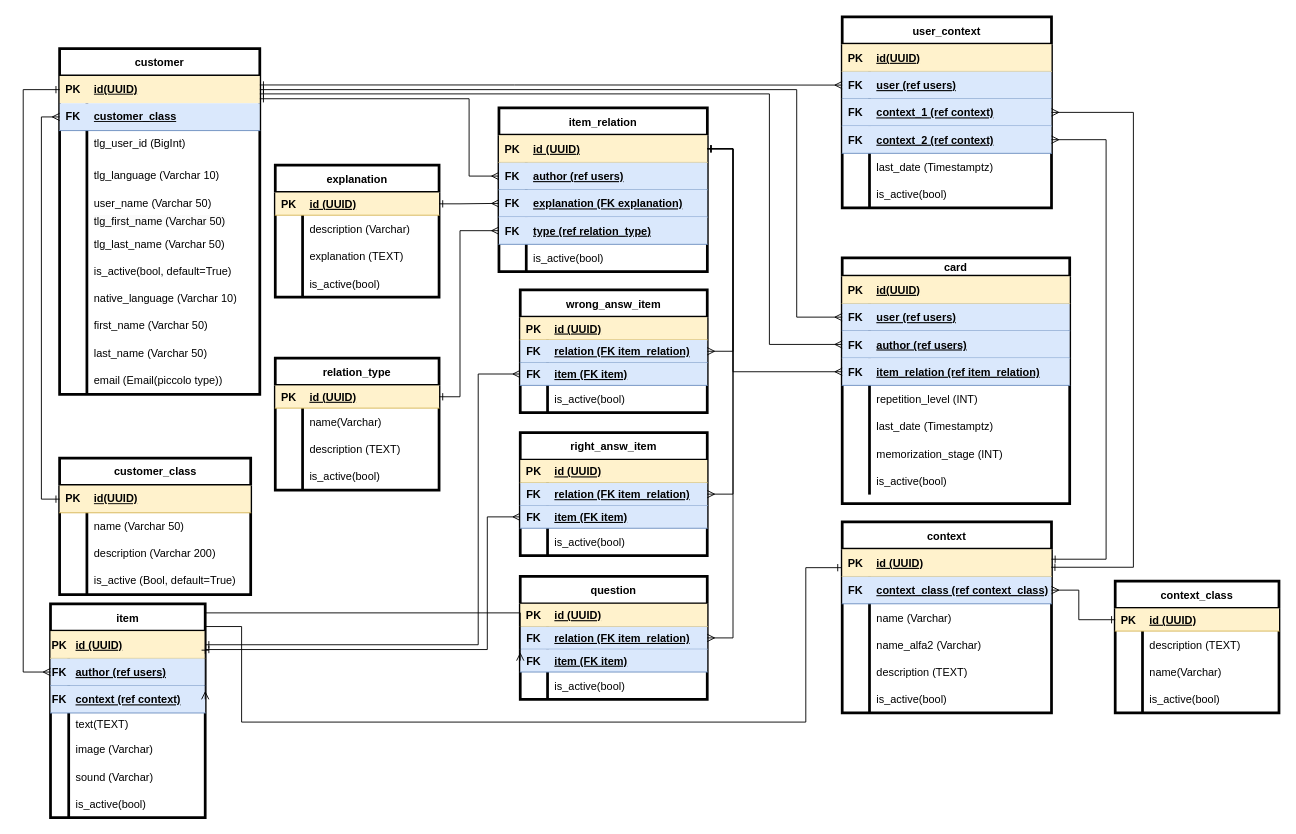
This is doc/db_structure.drawio from essayNEXT/REPETITOR, a draw.io file, before an edit. Source tidied: cells renumbered, new cells numbered last; positions are measured from the earlier drawing's top-left corner, leaving out a move shared by most shapes. Both pictures are drawn from the tidied source at 91%, with x=0, y=0 at pixel (23, 16).
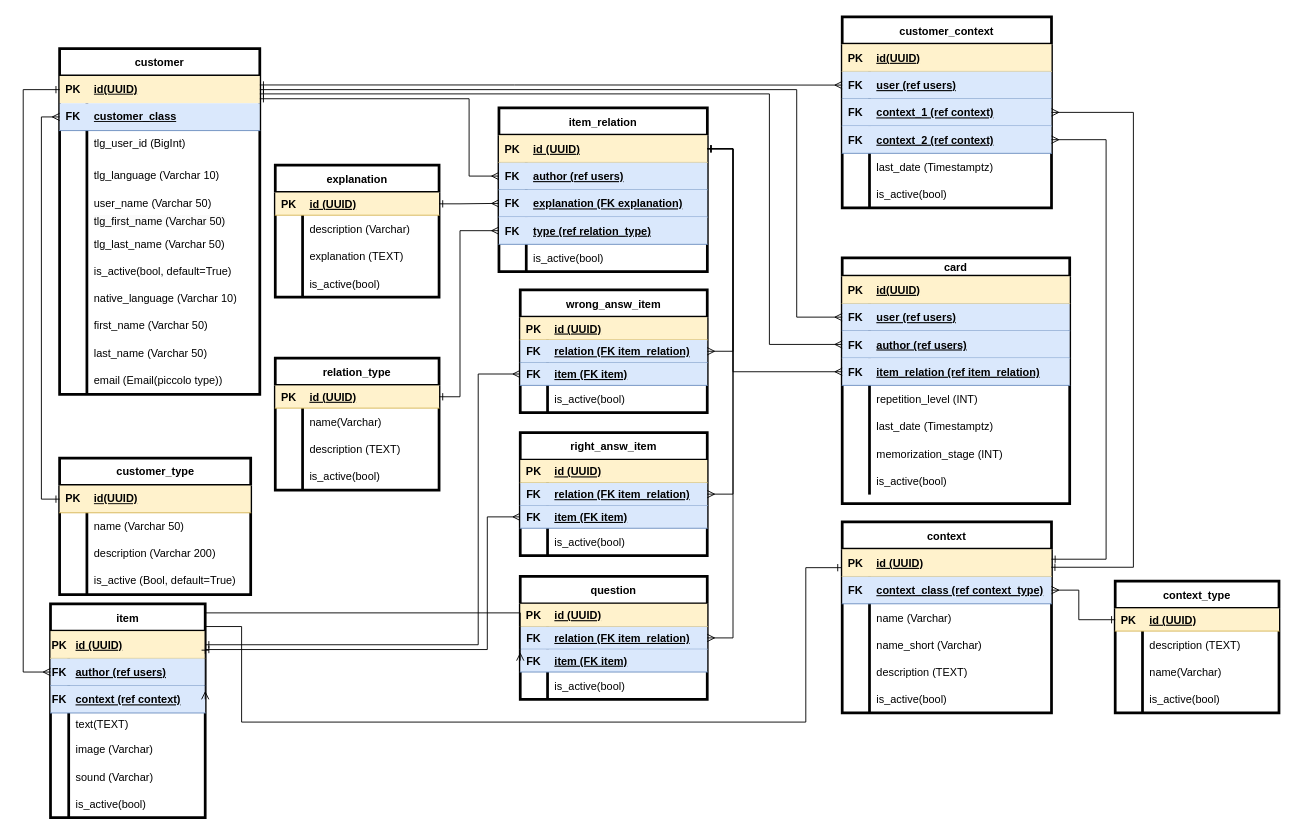
Above is the later version.

The change refers to these unchanged cells:
```xml
<mxCell id="139" style="shape=tableRow;horizontal=0;startSize=0;swimlaneHead=0;swimlaneBody=0;fillColor=#dae8fc;points=[[0,0.5],[1,0.5]];portConstraint=eastwest;top=0;left=0;right=0;bottom=1;strokeColor=#6c8ebf;" parent="135" vertex="1">
  <mxGeometry y="60" width="230" height="30" as="geometry" />
</mxCell>
<mxCell id="145" style="shape=tableRow;horizontal=0;startSize=0;swimlaneHead=0;swimlaneBody=0;fillColor=none;top=0;left=0;right=0;bottom=0;" parent="135" vertex="1">
  <mxGeometry y="120" width="230" height="30" as="geometry" />
</mxCell>
```

Change to the diagram source:
```diff
@@
-    <mxCell id="39" value="customer_class" style="shape=table;startSize=30;childLayout=tableLayout;rowLines=0;fontStyle=1;align=center;html=1;strokeWidth=3;" parent="1" vertex="1">
+    <mxCell id="39" value="customer_type" style="shape=table;startSize=30;childLayout=tableLayout;rowLines=0;fontStyle=1;align=center;html=1;strokeWidth=3;" parent="1" vertex="1">
       <mxGeometry x="40" y="485" width="210" height="150" as="geometry" />
     </mxCell>
@@
-    <mxCell id="116" value="user_context" style="shape=table;startSize=30;childLayout=tableLayout;rowLines=0;fontStyle=1;align=center;strokeWidth=3;" parent="1" vertex="1">
+    <mxCell id="116" value="customer_context" style="shape=table;startSize=30;childLayout=tableLayout;rowLines=0;fontStyle=1;align=center;strokeWidth=3;" parent="1" vertex="1">
       <mxGeometry x="900" width="230" height="210" as="geometry" />
     </mxCell>
@@
-    <mxCell id="141" value="context_class (ref context_class)" style="shape=partialRectangle;fillColor=none;top=0;left=0;bottom=0;right=0;align=left;spacingLeft=6;fontStyle=5;overflow=hidden;" parent="139" vertex="1">
+    <mxCell id="141" value="context_class (ref context_type)" style="shape=partialRectangle;fillColor=none;top=0;left=0;bottom=0;right=0;align=left;spacingLeft=6;fontStyle=5;overflow=hidden;" parent="139" vertex="1">
       <mxGeometry x="30" width="200" height="30" as="geometry" />
     </mxCell>
@@
-    <mxCell id="147" value="name_alfa2 (Varchar)" style="shape=partialRectangle;fillColor=none;top=0;left=0;bottom=0;right=0;align=left;spacingLeft=6;overflow=hidden;" parent="145" vertex="1">
+    <mxCell id="147" value="name_short (Varchar)" style="shape=partialRectangle;fillColor=none;top=0;left=0;bottom=0;right=0;align=left;spacingLeft=6;overflow=hidden;" parent="145" vertex="1">
       <mxGeometry x="30" width="200" height="30" as="geometry" />
     </mxCell>
@@
-    <mxCell id="154" value="context_class" style="shape=table;startSize=30;childLayout=tableLayout;rowLines=0;fontStyle=1;align=center;rounded=0;strokeWidth=3;" parent="1" vertex="1">
+    <mxCell id="154" value="context_type" style="shape=table;startSize=30;childLayout=tableLayout;rowLines=0;fontStyle=1;align=center;rounded=0;strokeWidth=3;" parent="1" vertex="1">
       <mxGeometry x="1200" y="620" width="180" height="145" as="geometry" />
     </mxCell>
```
